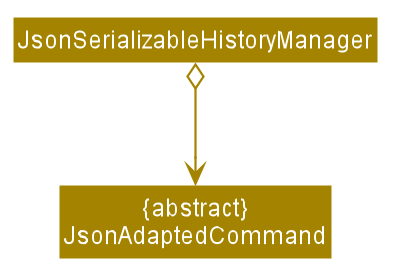
This is docs/images/storage/HistoryManagerStorageClassDiagram.png from nus-cs2103-AY1920S1/addressbook-level3, a PlantUML export, as it was before one commit. Source of this version:
```plantuml
@startuml








skinparam BackgroundColor #FFFFFFF

skinparam Shadowing false

skinparam Class {
    FontColor #FFFFFF
    BorderThickness 1
    BorderColor #FFFFFF
    StereotypeFontColor #FFFFFF
    FontName Arial
}

skinparam Actor {
    BorderColor #000000
    Color #000000
    FontName Arial
}

skinparam Sequence {
    MessageAlign center
    BoxFontSize 15
    BoxPadding 0
    BoxFontColor #FFFFFF
    FontName Arial
}

skinparam Participant {
    FontColor #FFFFFFF
    Padding 20
}

skinparam MinClassWidth 50
skinparam ParticipantPadding 10
skinparam Shadowing false
skinparam DefaultTextAlignment center
skinparam packageStyle Rectangle

hide footbox
hide members
hide circle
skinparam arrowThickness 1.1
skinparam arrowColor #A38300
skinparam classBackgroundColor #A38300

Class JsonSerializableHistoryManager
Class "{abstract}\nJsonAdaptedCommand"

JsonSerializableHistoryManager o-down-> "{abstract}\nJsonAdaptedCommand"

@enduml
```
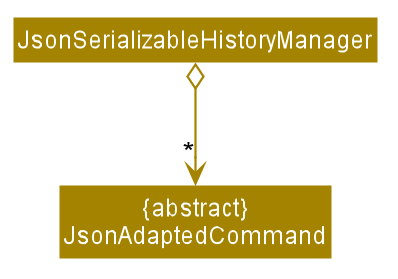
The same file after the commit.

Change to the diagram source:
```diff
@@ -54,6 +54,6 @@
 Class JsonSerializableHistoryManager
 Class "{abstract}\nJsonAdaptedCommand"
 
-JsonSerializableHistoryManager o-down-> "{abstract}\nJsonAdaptedCommand"
+JsonSerializableHistoryManager o-down-> "*" "{abstract}\nJsonAdaptedCommand"
 
 @enduml
```
